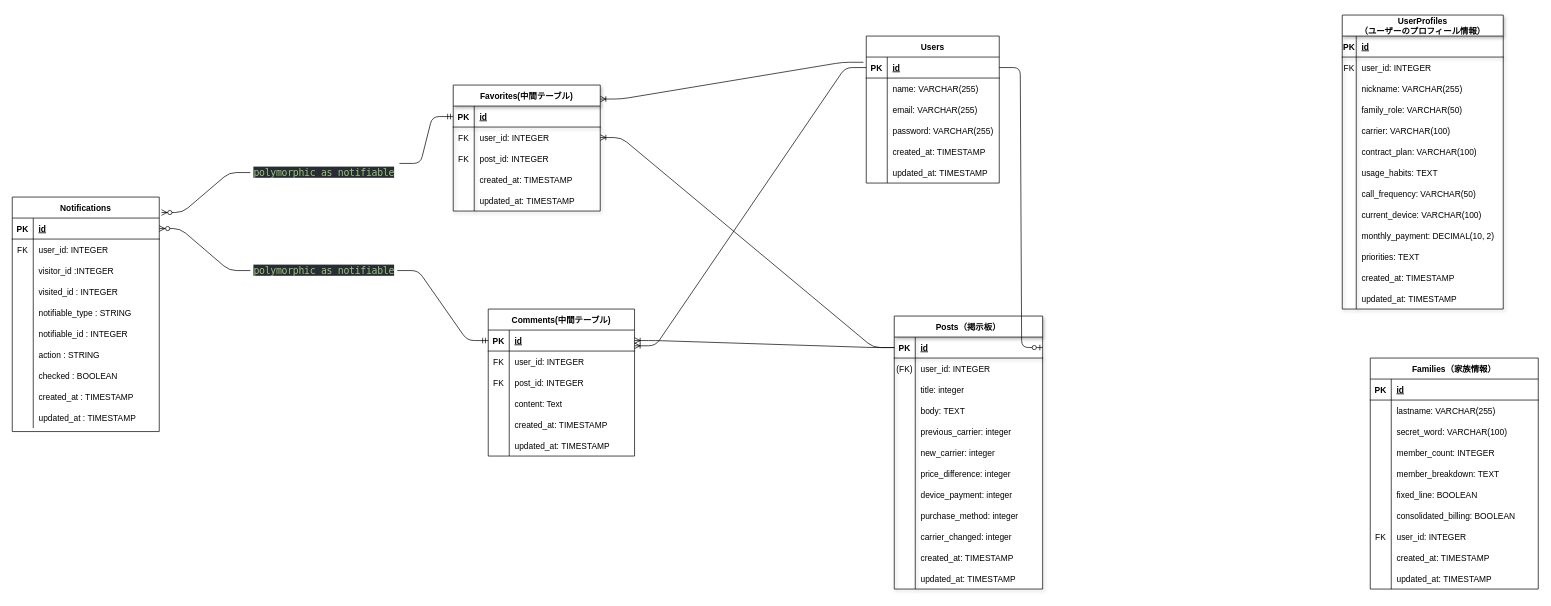
The draw.io diagram ER.drawio in nosuke1024/tonaritsushin, before the edit. Source tidied: cells renumbered, new cells numbered last; positions are measured from the earlier drawing's top-left corner, leaving out a move shared by most shapes. Both pictures are drawn from the tidied source at 70%, with x=0, y=0 at pixel (12, 15).
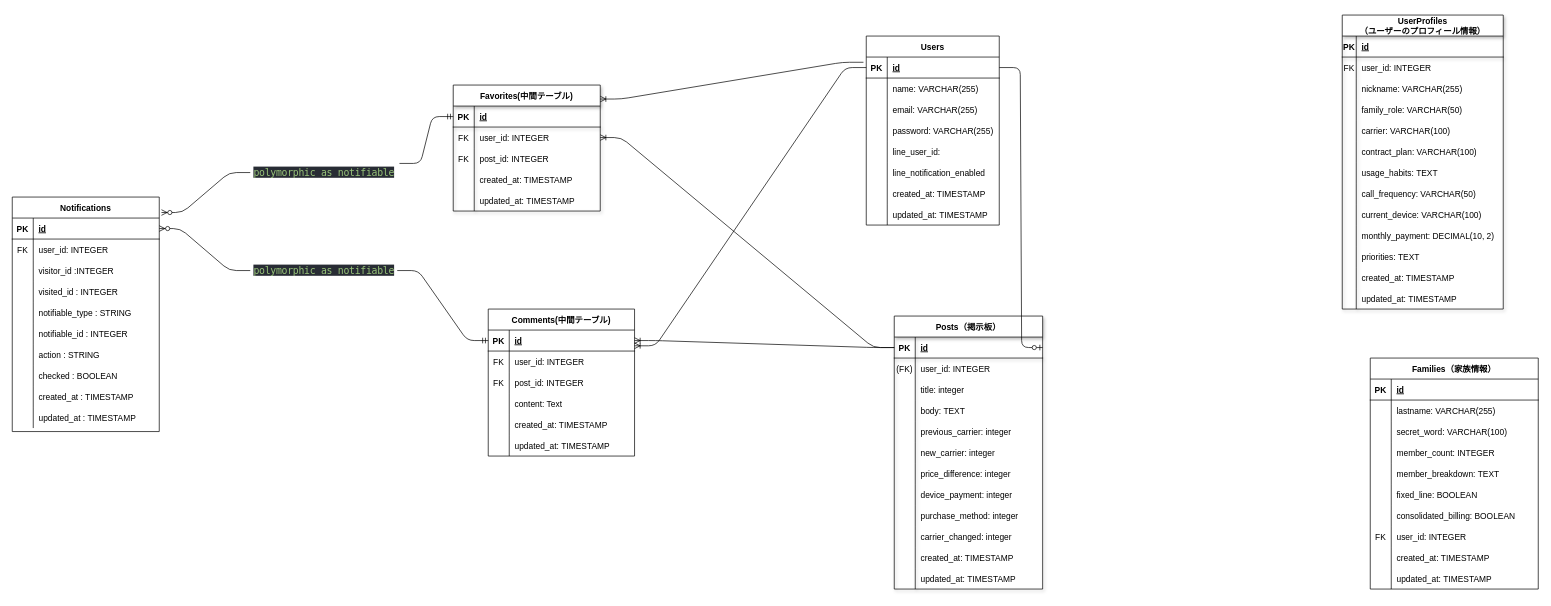
Above is the later version.

The edit, as a diff of the source:
```diff
@@
     <mxCell id="129" value="Users" style="shape=table;startSize=30;childLayout=tableLayout;rowLines=0;fontStyle=1;align=center;" parent="1" vertex="1">
-      <mxGeometry x="1220" y="30" width="190" height="210" as="geometry" />
+      <mxGeometry x="1220" y="30" width="190" height="270" as="geometry" />
     </mxCell>
@@
+    <mxCell id="206" style="shape=tableRow;horizontal=0;startSize=0;swimlaneHead=0;swimlaneBody=0;fillColor=none;top=0;left=0;right=0;bottom=0;" parent="129" vertex="1">
+      <mxGeometry y="150" width="190" height="30" as="geometry" />
+    </mxCell>
+    <mxCell id="207" style="shape=partialRectangle;fillColor=none;top=0;left=0;bottom=0;right=0;overflow=hidden;" parent="206" vertex="1">
+      <mxGeometry width="30" height="30" as="geometry" />
+    </mxCell>
+    <mxCell id="208" value="line_user_id: " style="shape=partialRectangle;fillColor=none;top=0;left=0;bottom=0;right=0;align=left;spacingLeft=6;overflow=hidden;" parent="206" vertex="1">
+      <mxGeometry x="30" width="160" height="30" as="geometry" />
+    </mxCell>
+    <mxCell id="209" style="shape=tableRow;horizontal=0;startSize=0;swimlaneHead=0;swimlaneBody=0;fillColor=none;top=0;left=0;right=0;bottom=0;" parent="129" vertex="1">
+      <mxGeometry y="180" width="190" height="30" as="geometry" />
+    </mxCell>
+    <mxCell id="210" style="shape=partialRectangle;fillColor=none;top=0;left=0;bottom=0;right=0;overflow=hidden;" parent="209" vertex="1">
+      <mxGeometry width="30" height="30" as="geometry" />
+    </mxCell>
+    <mxCell id="211" value="line_notification_enabled" style="shape=partialRectangle;fillColor=none;top=0;left=0;bottom=0;right=0;align=left;spacingLeft=6;overflow=hidden;" parent="209" vertex="1">
+      <mxGeometry x="30" width="160" height="30" as="geometry" />
+    </mxCell>
     <mxCell id="142" style="shape=tableRow;horizontal=0;startSize=0;swimlaneHead=0;swimlaneBody=0;fillColor=none;top=0;left=0;right=0;bottom=0;" parent="129" vertex="1">
-      <mxGeometry y="150" width="190" height="30" as="geometry" />
+      <mxGeometry y="210" width="190" height="30" as="geometry" />
     </mxCell>
@@
     <mxCell id="145" style="shape=tableRow;horizontal=0;startSize=0;swimlaneHead=0;swimlaneBody=0;fillColor=none;top=0;left=0;right=0;bottom=0;" parent="129" vertex="1">
-      <mxGeometry y="180" width="190" height="30" as="geometry" />
+      <mxGeometry y="240" width="190" height="30" as="geometry" />
     </mxCell>
```
